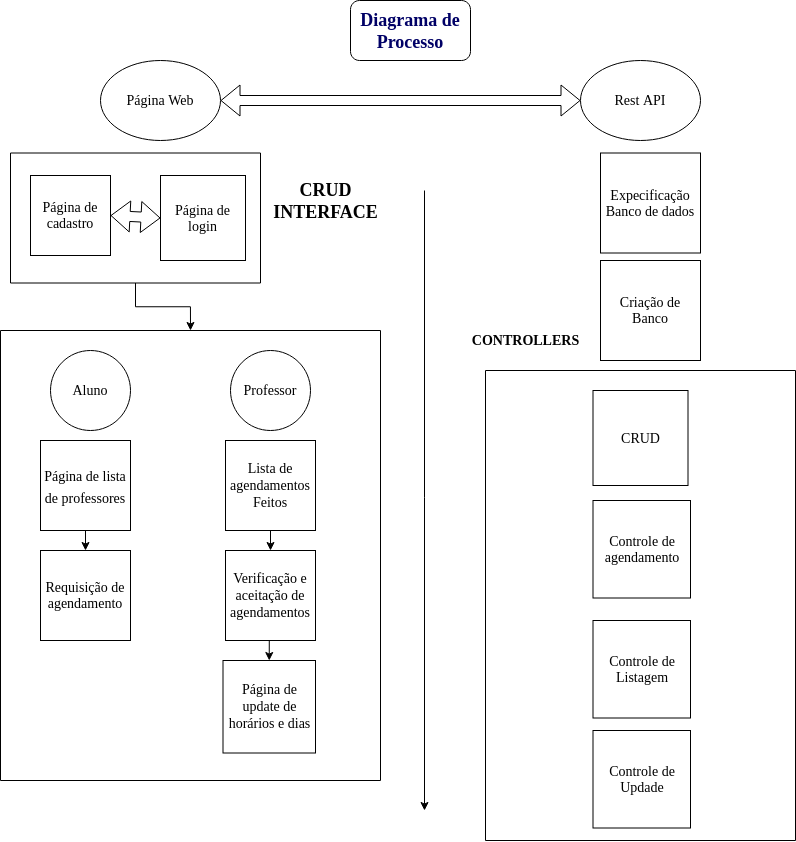
Above: Untitled Diagram.drawio.png in Orolios/Mind (draw.io), before the change. Source tidied: cells renumbered, new cells last; positions are measured from the earlier drawing's top-left corner, leaving out a move shared by most shapes. Its diagram source:
```xml
<mxGraphModel>
  <root>
    <mxCell id="0" />
    <mxCell id="1" parent="0" />
    <mxCell id="2" value="&lt;font color=&quot;#000066&quot;&gt;&lt;b&gt;&lt;font style=&quot;font-size: 18px;&quot; face=&quot;Times New Roman&quot;&gt;Diagrama de Processo&lt;/font&gt;&lt;/b&gt;&lt;/font&gt;" style="rounded=1;whiteSpace=wrap;html=1;" parent="1" vertex="1">
      <mxGeometry x="350" width="120" height="60" as="geometry" />
    </mxCell>
    <mxCell id="3" value="Rest API" style="ellipse;whiteSpace=wrap;html=1;fontFamily=Times New Roman;fontSize=14;fontColor=#000000;" parent="1" vertex="1">
      <mxGeometry x="580" y="60" width="120" height="80" as="geometry" />
    </mxCell>
    <mxCell id="4" value="Página Web" style="ellipse;whiteSpace=wrap;html=1;fontFamily=Times New Roman;fontSize=14;fontColor=#000000;" parent="1" vertex="1">
      <mxGeometry x="100" y="60" width="120" height="80" as="geometry" />
    </mxCell>
    <mxCell id="5" style="shape=flexArrow;endArrow=classic;startArrow=classic;html=1;rounded=0;fontFamily=Times New Roman;fontSize=14;fontColor=#000000;entryX=0;entryY=0.5;entryDx=0;entryDy=0;exitX=1;exitY=0.5;exitDx=0;exitDy=0;" parent="1" edge="1" source="4" target="3">
      <mxGeometry relative="1" as="geometry" />
    </mxCell>
    <mxCell id="6" style="edgeStyle=orthogonalEdgeStyle;rounded=0;jettySize=auto;html=1;exitX=0.5;exitY=1;exitDx=0;exitDy=0;entryX=0.5;entryY=0;entryDx=0;entryDy=0;fontFamily=Times New Roman;fontSize=14;fontColor=#000000;" parent="1" edge="1" source="7" target="12">
      <mxGeometry relative="1" as="geometry" />
    </mxCell>
    <mxCell id="7" style="swimlane;startSize=0;fontFamily=Times New Roman;fontSize=14;fontColor=#000000;" parent="1" vertex="1">
      <mxGeometry x="10" y="152.5" width="250" height="130" as="geometry" />
    </mxCell>
    <mxCell id="8" value="Página de login" style="whiteSpace=wrap;html=1;fontFamily=Times New Roman;fontSize=14;fontColor=#000000;strokeColor=#000000;" parent="7" vertex="1">
      <mxGeometry x="150" y="22.5" width="85" height="85" as="geometry" />
    </mxCell>
    <mxCell id="9" value="Página de cadastro" style="whiteSpace=wrap;html=1;fontFamily=Times New Roman;fontSize=14;fontColor=#000000;" parent="7" vertex="1">
      <mxGeometry x="20" y="22.5" width="80" height="80" as="geometry" />
    </mxCell>
    <mxCell id="10" style="shape=flexArrow;endArrow=classic;startArrow=classic;html=1;rounded=0;fontFamily=Times New Roman;fontSize=14;fontColor=#000000;exitX=1;exitY=0.5;exitDx=0;exitDy=0;entryX=0;entryY=0.5;entryDx=0;entryDy=0;" parent="7" edge="1" source="9" target="8">
      <mxGeometry relative="1" as="geometry" />
    </mxCell>
    <mxCell id="11" value="&lt;div&gt;&lt;b&gt;&lt;font style=&quot;font-size: 18px;&quot;&gt;CRUD &lt;br&gt;&lt;/font&gt;&lt;/b&gt;&lt;/div&gt;&lt;div&gt;&lt;b&gt;&lt;font style=&quot;font-size: 18px;&quot;&gt;INTERFACE&lt;/font&gt;&lt;/b&gt;&lt;/div&gt;" style="text;html=1;align=center;verticalAlign=middle;fillColor=none;strokeColor=none;rounded=0;fontFamily=Times New Roman;fontSize=14;fontColor=#000000;" parent="1" vertex="1">
      <mxGeometry x="260" y="170" width="130" height="60" as="geometry" />
    </mxCell>
    <mxCell id="12" style="swimlane;startSize=0;fontFamily=Times New Roman;fontSize=18;fontColor=#000000;strokeColor=#000000;" parent="1" vertex="1">
      <mxGeometry y="330" width="380" height="450" as="geometry" />
    </mxCell>
    <mxCell id="13" value="Aluno" style="ellipse;whiteSpace=wrap;html=1;fontFamily=Times New Roman;fontSize=14;fontColor=#000000;" parent="12" vertex="1">
      <mxGeometry x="50" y="20" width="80" height="80" as="geometry" />
    </mxCell>
    <mxCell id="14" value="Professor" style="ellipse;whiteSpace=wrap;html=1;fontFamily=Times New Roman;fontSize=14;fontColor=#000000;" parent="12" vertex="1">
      <mxGeometry x="230" y="20" width="80" height="80" as="geometry" />
    </mxCell>
    <mxCell id="15" style="edgeStyle=orthogonalEdgeStyle;rounded=0;jettySize=auto;html=1;exitX=0.5;exitY=1;exitDx=0;exitDy=0;entryX=0.5;entryY=0;entryDx=0;entryDy=0;fontFamily=Times New Roman;fontSize=14;fontColor=#000000;" parent="12" edge="1" source="16" target="17">
      <mxGeometry relative="1" as="geometry" />
    </mxCell>
    <mxCell id="16" value="&lt;font style=&quot;font-size: 14px;&quot;&gt;Página de lista de professores&lt;/font&gt;" style="whiteSpace=wrap;html=1;fontFamily=Times New Roman;fontSize=18;fontColor=#000000;strokeColor=#000000;" parent="12" vertex="1">
      <mxGeometry x="40" y="110" width="90" height="90" as="geometry" />
    </mxCell>
    <mxCell id="17" value="Requisição de agendamento" style="whiteSpace=wrap;html=1;fontFamily=Times New Roman;fontSize=14;fontColor=#000000;strokeColor=#000000;" parent="12" vertex="1">
      <mxGeometry x="40" y="220" width="90" height="90" as="geometry" />
    </mxCell>
    <mxCell id="18" style="edgeStyle=orthogonalEdgeStyle;rounded=0;jettySize=auto;html=1;exitX=0.5;exitY=1;exitDx=0;exitDy=0;entryX=0.5;entryY=0;entryDx=0;entryDy=0;fontFamily=Times New Roman;fontSize=14;fontColor=#000000;" parent="12" edge="1" source="19" target="21">
      <mxGeometry relative="1" as="geometry" />
    </mxCell>
    <mxCell id="19" value="Lista de agendamentos Feitos" style="whiteSpace=wrap;html=1;fontFamily=Times New Roman;fontSize=14;fontColor=#000000;strokeColor=#000000;" parent="12" vertex="1">
      <mxGeometry x="225" y="110" width="90" height="90" as="geometry" />
    </mxCell>
    <mxCell id="20" style="edgeStyle=orthogonalEdgeStyle;rounded=0;jettySize=auto;html=1;exitX=0.5;exitY=1;exitDx=0;exitDy=0;entryX=0.5;entryY=0;entryDx=0;entryDy=0;fontFamily=Times New Roman;fontSize=14;fontColor=#000000;" parent="12" edge="1" source="21" target="22">
      <mxGeometry relative="1" as="geometry" />
    </mxCell>
    <mxCell id="21" value="&lt;div&gt;Verificação e&lt;/div&gt;&lt;div&gt;aceitação de agendamentos&lt;br&gt;&lt;/div&gt;" style="whiteSpace=wrap;html=1;fontFamily=Times New Roman;fontSize=14;fontColor=#000000;strokeColor=#000000;" parent="12" vertex="1">
      <mxGeometry x="225" y="220" width="90" height="90" as="geometry" />
    </mxCell>
    <mxCell id="22" value="Página de update de horários e dias" style="whiteSpace=wrap;html=1;fontFamily=Times New Roman;fontSize=14;fontColor=#000000;strokeColor=#000000;" parent="12" vertex="1">
      <mxGeometry x="222.5" y="330" width="92.5" height="92.5" as="geometry" />
    </mxCell>
    <mxCell id="23" style="edgeStyle=orthogonalEdgeStyle;rounded=0;orthogonalLoop=1;jettySize=auto;html=1;exitX=0.5;exitY=1;exitDx=0;exitDy=0;fontFamily=Times New Roman;fontSize=18;fontColor=#000000;" parent="1" edge="1" source="12" target="12">
      <mxGeometry relative="1" as="geometry" />
    </mxCell>
    <mxCell id="24" value="Expecificação Banco de dados" style="whiteSpace=wrap;html=1;fontFamily=Times New Roman;fontSize=14;fontColor=#000000;strokeColor=#000000;" parent="1" vertex="1">
      <mxGeometry x="600" y="152.5" width="100" height="100" as="geometry" />
    </mxCell>
    <mxCell id="25" value="Criação de Banco" style="whiteSpace=wrap;html=1;fontFamily=Times New Roman;fontSize=14;fontColor=#000000;strokeColor=#000000;" parent="1" vertex="1">
      <mxGeometry x="600" y="260" width="100" height="100" as="geometry" />
    </mxCell>
    <mxCell id="26" value="Controle de agendamento" style="whiteSpace=wrap;html=1;fontFamily=Times New Roman;fontSize=14;fontColor=#000000;strokeColor=#000000;" parent="1" vertex="1">
      <mxGeometry x="592.5" y="500" width="97.5" height="97.5" as="geometry" />
    </mxCell>
    <mxCell id="27" value="Controle de Listagem" style="whiteSpace=wrap;html=1;fontFamily=Times New Roman;fontSize=14;fontColor=#000000;strokeColor=#000000;" parent="1" vertex="1">
      <mxGeometry x="592.5" y="620" width="97.5" height="97.5" as="geometry" />
    </mxCell>
    <mxCell id="28" value="Controle de Updade" style="whiteSpace=wrap;html=1;fontFamily=Times New Roman;fontSize=14;fontColor=#000000;strokeColor=#000000;" parent="1" vertex="1">
      <mxGeometry x="592.5" y="730" width="97.5" height="97.5" as="geometry" />
    </mxCell>
    <mxCell id="29" style="swimlane;startSize=0;fontFamily=Times New Roman;fontSize=14;fontColor=#000000;strokeColor=#000000;" parent="1" vertex="1">
      <mxGeometry x="485" y="370" width="310" height="470" as="geometry" />
    </mxCell>
    <mxCell id="30" value="CRUD" style="whiteSpace=wrap;html=1;fontFamily=Times New Roman;fontSize=14;fontColor=#000000;strokeColor=#000000;" parent="29" vertex="1">
      <mxGeometry x="107.5" y="20" width="95" height="95" as="geometry" />
    </mxCell>
    <mxCell id="31" value="&lt;b&gt;CONTROLLERS&lt;/b&gt;" style="text;html=1;align=center;verticalAlign=middle;fillColor=none;strokeColor=none;rounded=0;fontFamily=Times New Roman;fontSize=14;fontColor=#000000;" parent="1" vertex="1">
      <mxGeometry x="460" y="325" width="130" height="30" as="geometry" />
    </mxCell>
    <mxCell id="32" style="endArrow=classic;html=1;rounded=0;fontFamily=Times New Roman;fontSize=18;fontColor=#000000;" parent="1" edge="1">
      <mxGeometry relative="1" as="geometry">
        <mxPoint x="424" y="190" as="sourcePoint" />
        <mxPoint x="424" y="810" as="targetPoint" />
      </mxGeometry>
    </mxCell>
  </root>
</mxGraphModel>
```
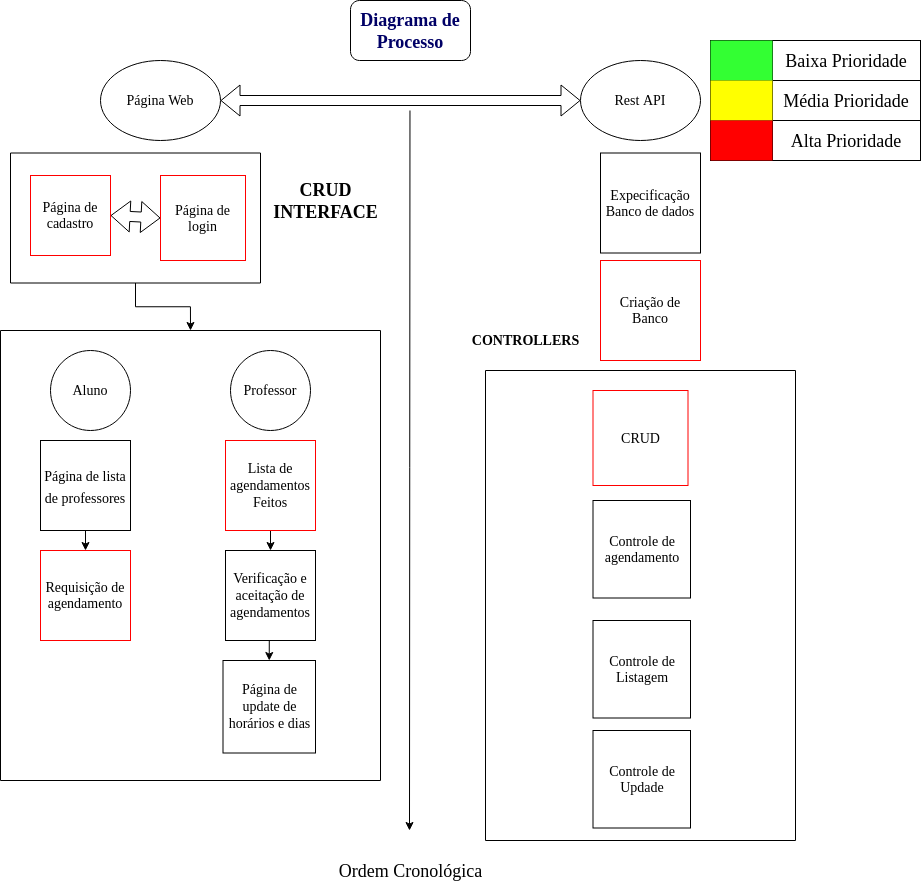
Later version of the same file.

Change to the diagram source:
```diff
@@ -20,10 +20,10 @@
     <mxCell id="7" style="swimlane;startSize=0;fontFamily=Times New Roman;fontSize=14;fontColor=#000000;" parent="1" vertex="1">
       <mxGeometry x="10" y="152.5" width="250" height="130" as="geometry" />
     </mxCell>
-    <mxCell id="8" value="Página de login" style="whiteSpace=wrap;html=1;fontFamily=Times New Roman;fontSize=14;fontColor=#000000;strokeColor=#000000;" parent="7" vertex="1">
+    <mxCell id="8" value="Página de login" style="whiteSpace=wrap;html=1;fontFamily=Times New Roman;fontSize=14;fontColor=#000000;strokeColor=#FF0000;" parent="7" vertex="1">
       <mxGeometry x="150" y="22.5" width="85" height="85" as="geometry" />
     </mxCell>
-    <mxCell id="9" value="Página de cadastro" style="whiteSpace=wrap;html=1;fontFamily=Times New Roman;fontSize=14;fontColor=#000000;" parent="7" vertex="1">
+    <mxCell id="9" value="Página de cadastro" style="whiteSpace=wrap;html=1;fontFamily=Times New Roman;fontSize=14;fontColor=#000000;strokeColor=#FF0000;" parent="7" vertex="1">
       <mxGeometry x="20" y="22.5" width="80" height="80" as="geometry" />
     </mxCell>
     <mxCell id="10" style="shape=flexArrow;endArrow=classic;startArrow=classic;html=1;rounded=0;fontFamily=Times New Roman;fontSize=14;fontColor=#000000;exitX=1;exitY=0.5;exitDx=0;exitDy=0;entryX=0;entryY=0.5;entryDx=0;entryDy=0;" parent="7" edge="1" source="9" target="8">
@@ -47,13 +47,13 @@
     <mxCell id="16" value="&lt;font style=&quot;font-size: 14px;&quot;&gt;Página de lista de professores&lt;/font&gt;" style="whiteSpace=wrap;html=1;fontFamily=Times New Roman;fontSize=18;fontColor=#000000;strokeColor=#000000;" parent="12" vertex="1">
       <mxGeometry x="40" y="110" width="90" height="90" as="geometry" />
     </mxCell>
-    <mxCell id="17" value="Requisição de agendamento" style="whiteSpace=wrap;html=1;fontFamily=Times New Roman;fontSize=14;fontColor=#000000;strokeColor=#000000;" parent="12" vertex="1">
+    <mxCell id="17" value="Requisição de agendamento" style="whiteSpace=wrap;html=1;fontFamily=Times New Roman;fontSize=14;fontColor=#000000;strokeColor=#FF0000;" parent="12" vertex="1">
       <mxGeometry x="40" y="220" width="90" height="90" as="geometry" />
     </mxCell>
     <mxCell id="18" style="edgeStyle=orthogonalEdgeStyle;rounded=0;jettySize=auto;html=1;exitX=0.5;exitY=1;exitDx=0;exitDy=0;entryX=0.5;entryY=0;entryDx=0;entryDy=0;fontFamily=Times New Roman;fontSize=14;fontColor=#000000;" parent="12" edge="1" source="19" target="21">
       <mxGeometry relative="1" as="geometry" />
     </mxCell>
-    <mxCell id="19" value="Lista de agendamentos Feitos" style="whiteSpace=wrap;html=1;fontFamily=Times New Roman;fontSize=14;fontColor=#000000;strokeColor=#000000;" parent="12" vertex="1">
+    <mxCell id="19" value="Lista de agendamentos Feitos" style="whiteSpace=wrap;html=1;fontFamily=Times New Roman;fontSize=14;fontColor=#000000;strokeColor=#FF0000;" parent="12" vertex="1">
       <mxGeometry x="225" y="110" width="90" height="90" as="geometry" />
     </mxCell>
     <mxCell id="20" style="edgeStyle=orthogonalEdgeStyle;rounded=0;jettySize=auto;html=1;exitX=0.5;exitY=1;exitDx=0;exitDy=0;entryX=0.5;entryY=0;entryDx=0;entryDy=0;fontFamily=Times New Roman;fontSize=14;fontColor=#000000;" parent="12" edge="1" source="21" target="22">
@@ -71,7 +71,7 @@
     <mxCell id="24" value="Expecificação Banco de dados" style="whiteSpace=wrap;html=1;fontFamily=Times New Roman;fontSize=14;fontColor=#000000;strokeColor=#000000;" parent="1" vertex="1">
       <mxGeometry x="600" y="152.5" width="100" height="100" as="geometry" />
     </mxCell>
-    <mxCell id="25" value="Criação de Banco" style="whiteSpace=wrap;html=1;fontFamily=Times New Roman;fontSize=14;fontColor=#000000;strokeColor=#000000;" parent="1" vertex="1">
+    <mxCell id="25" value="Criação de Banco" style="whiteSpace=wrap;html=1;fontFamily=Times New Roman;fontSize=14;fontColor=#000000;strokeColor=#FF0000;" parent="1" vertex="1">
       <mxGeometry x="600" y="260" width="100" height="100" as="geometry" />
     </mxCell>
     <mxCell id="26" value="Controle de agendamento" style="whiteSpace=wrap;html=1;fontFamily=Times New Roman;fontSize=14;fontColor=#000000;strokeColor=#000000;" parent="1" vertex="1">
@@ -86,7 +86,7 @@
     <mxCell id="29" style="swimlane;startSize=0;fontFamily=Times New Roman;fontSize=14;fontColor=#000000;strokeColor=#000000;" parent="1" vertex="1">
       <mxGeometry x="485" y="370" width="310" height="470" as="geometry" />
     </mxCell>
-    <mxCell id="30" value="CRUD" style="whiteSpace=wrap;html=1;fontFamily=Times New Roman;fontSize=14;fontColor=#000000;strokeColor=#000000;" parent="29" vertex="1">
+    <mxCell id="30" value="CRUD" style="whiteSpace=wrap;html=1;fontFamily=Times New Roman;fontSize=14;fontColor=#000000;strokeColor=#FF0000;" parent="29" vertex="1">
       <mxGeometry x="107.5" y="20" width="95" height="95" as="geometry" />
     </mxCell>
     <mxCell id="31" value="&lt;b&gt;CONTROLLERS&lt;/b&gt;" style="text;html=1;align=center;verticalAlign=middle;fillColor=none;strokeColor=none;rounded=0;fontFamily=Times New Roman;fontSize=14;fontColor=#000000;" parent="1" vertex="1">
@@ -94,9 +94,42 @@
     </mxCell>
     <mxCell id="32" style="endArrow=classic;html=1;rounded=0;fontFamily=Times New Roman;fontSize=18;fontColor=#000000;" parent="1" edge="1">
       <mxGeometry relative="1" as="geometry">
-        <mxPoint x="424" y="190" as="sourcePoint" />
-        <mxPoint x="424" y="810" as="targetPoint" />
+        <mxPoint x="409.5" y="110" as="sourcePoint" />
+        <mxPoint x="409" y="830" as="targetPoint" />
       </mxGeometry>
     </mxCell>
+    <mxCell id="33" value="Ordem Cronológica" style="text;html=1;align=center;verticalAlign=middle;fillColor=none;strokeColor=none;rounded=0;fontFamily=Times New Roman;fontSize=18;fontColor=#000000;" parent="1" vertex="1">
+      <mxGeometry x="325" y="850" width="170" height="40" as="geometry" />
+    </mxCell>
+    <mxCell id="34" style="shape=table;startSize=0;fontFamily=Times New Roman;fontSize=18;fontColor=#000000;strokeColor=#000000;" parent="1" vertex="1">
+      <mxGeometry x="710" y="40" width="210" height="120" as="geometry" />
+    </mxCell>
+    <mxCell id="35" style="shape=tableRow;horizontal=0;startSize=0;swimlaneHead=0;swimlaneBody=0;top=0;left=0;bottom=0;right=0;fillColor=none;fontFamily=Times New Roman;fontSize=18;fontColor=#000000;strokeColor=#000000;" parent="34" vertex="1">
+      <mxGeometry width="210" height="40" as="geometry" />
+    </mxCell>
+    <mxCell id="36" style="shape=partialRectangle;html=1;whiteSpace=wrap;overflow=hidden;fillColor=#33FF33;top=0;left=0;bottom=0;right=0;fontFamily=Times New Roman;fontSize=18;fontColor=#000000;strokeColor=#33FF33;" parent="35" vertex="1">
+      <mxGeometry width="62" height="40" as="geometry" />
+    </mxCell>
+    <mxCell id="37" value="Baixa Prioridade" style="shape=partialRectangle;html=1;whiteSpace=wrap;overflow=hidden;fillColor=none;top=0;left=0;bottom=0;right=0;fontFamily=Times New Roman;fontSize=18;fontColor=#000000;strokeColor=#000000;" parent="35" vertex="1">
+      <mxGeometry x="62" width="148" height="40" as="geometry" />
+    </mxCell>
+    <mxCell id="38" style="shape=tableRow;horizontal=0;startSize=0;swimlaneHead=0;swimlaneBody=0;top=0;left=0;bottom=0;right=0;fillColor=none;fontFamily=Times New Roman;fontSize=18;fontColor=#000000;strokeColor=#000000;" parent="34" vertex="1">
+      <mxGeometry y="40" width="210" height="40" as="geometry" />
+    </mxCell>
+    <mxCell id="39" style="shape=partialRectangle;html=1;whiteSpace=wrap;overflow=hidden;fillColor=#FFFF00;top=0;left=0;bottom=0;right=0;fontFamily=Times New Roman;fontSize=18;fontColor=#000000;strokeColor=#FFFF00;" parent="38" vertex="1">
+      <mxGeometry width="62" height="40" as="geometry" />
+    </mxCell>
+    <mxCell id="40" value="Média Prioridade" style="shape=partialRectangle;html=1;whiteSpace=wrap;overflow=hidden;fillColor=none;top=0;left=0;bottom=0;right=0;fontFamily=Times New Roman;fontSize=18;fontColor=#000000;strokeColor=#000000;" parent="38" vertex="1">
+      <mxGeometry x="62" width="148" height="40" as="geometry" />
+    </mxCell>
+    <mxCell id="41" style="shape=tableRow;horizontal=0;startSize=0;swimlaneHead=0;swimlaneBody=0;top=0;left=0;bottom=0;right=0;fillColor=none;fontFamily=Times New Roman;fontSize=18;fontColor=#000000;strokeColor=#000000;" parent="34" vertex="1">
+      <mxGeometry y="80" width="210" height="40" as="geometry" />
+    </mxCell>
+    <mxCell id="42" style="shape=partialRectangle;html=1;whiteSpace=wrap;overflow=hidden;fillColor=#FF0000;top=0;left=0;bottom=0;right=0;fontFamily=Times New Roman;fontSize=18;fontColor=#000000;strokeColor=#000000;" parent="41" vertex="1">
+      <mxGeometry width="62" height="40" as="geometry" />
+    </mxCell>
+    <mxCell id="43" value="Alta Prioridade" style="shape=partialRectangle;html=1;whiteSpace=wrap;overflow=hidden;fillColor=none;top=0;left=0;bottom=0;right=0;fontFamily=Times New Roman;fontSize=18;fontColor=#000000;strokeColor=#000000;" parent="41" vertex="1">
+      <mxGeometry x="62" width="148" height="40" as="geometry" />
+    </mxCell>
   </root>
 </mxGraphModel>
```
